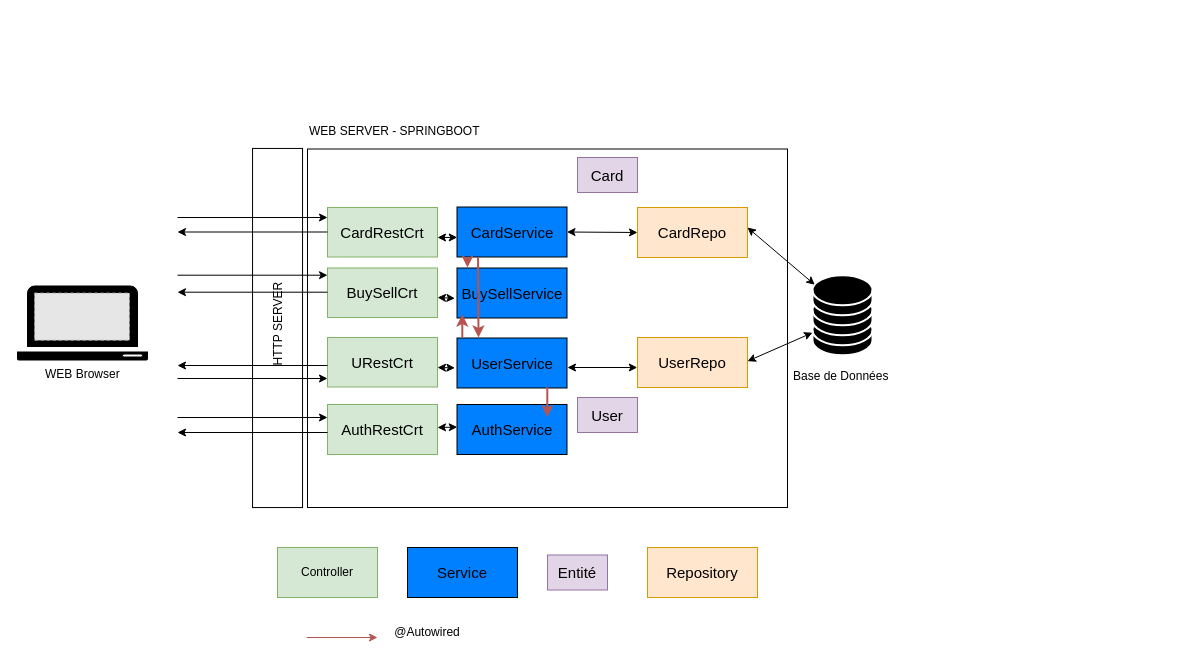
This is Microservice.drawio from MaximeCornaton/CPE_ASI, a draw.io file, before an edit. Source tidied: cells renumbered, new cells numbered last; positions are measured from the earlier drawing's top-left corner, leaving out a move shared by most shapes. Both pictures are drawn from the tidied source at 100%, with x=0, y=0 at pixel (17, 117). Pictures stored in the file or linked from it are replaced by grey dashed boxes.
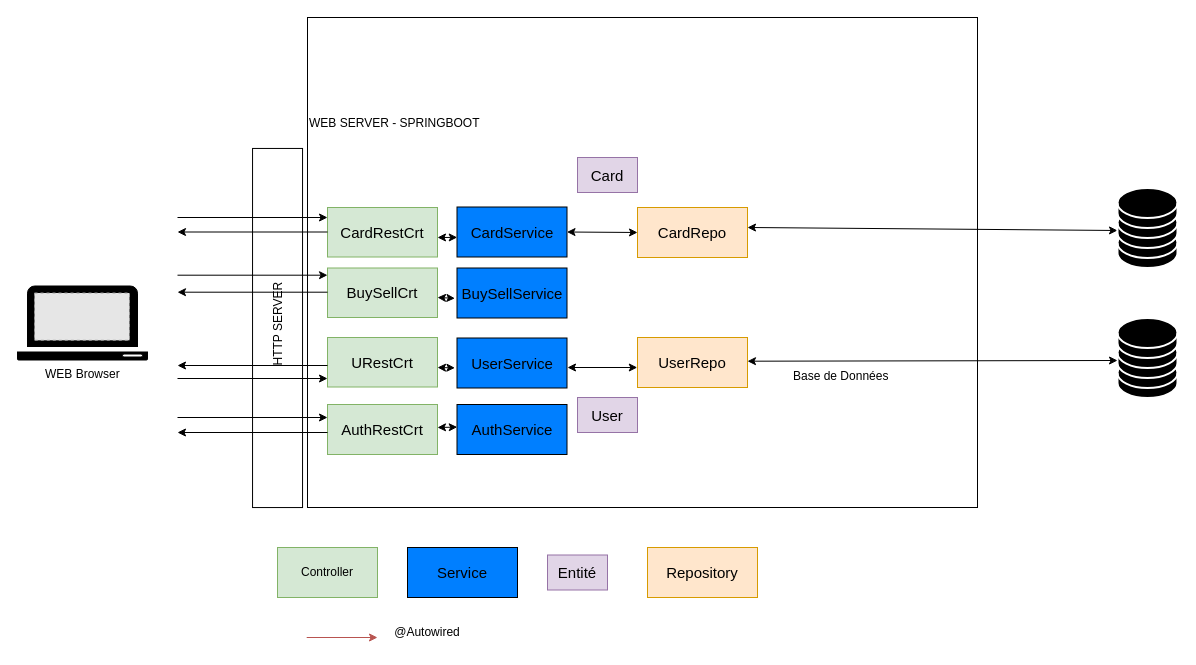
After the change.

The change refers to these unchanged cells:
```xml
<mxCell id="7" style="shape=cylinder3;whiteSpace=wrap;html=1;boundedLbl=1;backgroundOutline=1;size=15;strokeWidth=2;fillColor=#000000;strokeColor=#FFFFFF;" parent="6" vertex="1">
  <mxGeometry y="40" width="60" height="40" as="geometry" />
</mxCell>
<mxCell id="8" style="shape=cylinder3;whiteSpace=wrap;html=1;boundedLbl=1;backgroundOutline=1;size=15;fillColor=#000000;strokeColor=#FFFFFF;strokeWidth=2;" parent="6" vertex="1">
  <mxGeometry y="20" width="60" height="40" as="geometry" />
</mxCell>
<mxCell id="9" style="shape=cylinder3;whiteSpace=wrap;html=1;boundedLbl=1;backgroundOutline=1;size=15;fillStyle=solid;fillColor=#000000;strokeColor=#FFFFFF;strokeWidth=2;" parent="6" vertex="1">
  <mxGeometry width="60" height="40" as="geometry" />
</mxCell>
<mxCell id="23" value="&lt;font style=&quot;font-size: 15px;&quot;&gt;CardService&lt;/font&gt;" style="rounded=0;whiteSpace=wrap;html=1;fillColor=#007FFF;" parent="1" vertex="1">
  <mxGeometry x="439.5" y="89.5" width="110" height="50" as="geometry" />
</mxCell>
```

What changed in the source:
```diff
@@
     <mxCell id="2" style="rounded=0;whiteSpace=wrap;html=1;" parent="1" vertex="1">
-      <mxGeometry x="290" y="31.5" width="480" height="358.5" as="geometry" />
+      <mxGeometry x="290" y="-100" width="670" height="490" as="geometry" />
     </mxCell>
@@
     <mxCell id="5" value="WEB SERVER - SPRINGBOOT" style="text;whiteSpace=wrap;html=1;" parent="1" vertex="1">
-      <mxGeometry x="290" width="200" height="40" as="geometry" />
+      <mxGeometry x="290" y="-8.5" width="200" height="40" as="geometry" />
     </mxCell>
     <mxCell id="6" style="group;" parent="1" vertex="1">
-      <mxGeometry x="795" y="157.7" width="60" height="80" as="geometry" />
+      <mxGeometry x="1100" y="200.5" width="60" height="80" as="geometry" />
     </mxCell>
@@
-    <mxCell id="43" style="endArrow=classic;html=1;rounded=0;fillColor=#f8cecc;strokeColor=#b85450;strokeWidth=2;" parent="1" edge="1">
-      <mxGeometry relative="1" as="geometry">
-        <mxPoint x="450" y="140" as="sourcePoint" />
-        <mxPoint x="450" y="150" as="targetPoint" />
-        <Array as="points">
-          <mxPoint x="450" y="140" />
-        </Array>
-      </mxGeometry>
-    </mxCell>
-    <mxCell id="44" style="endArrow=classic;html=1;rounded=0;fillColor=#f8cecc;strokeColor=#b85450;exitX=0.191;exitY=1.002;exitDx=0;exitDy=0;exitPerimeter=0;strokeWidth=2;" parent="1" edge="1" source="23">
-      <mxGeometry relative="1" as="geometry">
-        <mxPoint x="461" y="220" as="targetPoint" />
-      </mxGeometry>
-    </mxCell>
-    <mxCell id="45" style="endArrow=classic;html=1;rounded=0;entryX=0.095;entryY=0.19;entryDx=0;entryDy=0;entryPerimeter=0;fillColor=#f8cecc;strokeColor=#b85450;strokeWidth=2;" parent="1" edge="1">
-      <mxGeometry relative="1" as="geometry">
-        <mxPoint x="444.8" y="220" as="sourcePoint" />
-        <mxPoint x="444.8" y="197" as="targetPoint" />
-      </mxGeometry>
-    </mxCell>
-    <mxCell id="46" style="endArrow=classic;html=1;rounded=0;entryX=0.095;entryY=0.19;entryDx=0;entryDy=0;entryPerimeter=0;fillColor=#f8cecc;strokeColor=#b85450;strokeWidth=2;" parent="1" edge="1">
-      <mxGeometry relative="1" as="geometry">
-        <mxPoint x="529.8" y="269.5" as="sourcePoint" />
-        <mxPoint x="529.8" y="299.5" as="targetPoint" />
-      </mxGeometry>
-    </mxCell>
-    <mxCell id="47" style="endArrow=classic;startArrow=classic;html=1;rounded=0;entryX=0.038;entryY=0.239;entryDx=0;entryDy=0;entryPerimeter=0;" parent="1" edge="1" target="9">
+    <mxCell id="47" style="endArrow=classic;startArrow=classic;html=1;rounded=0;entryX=0;entryY=0;entryDx=0;entryDy=22.5;entryPerimeter=0;" parent="1" edge="1" target="57">
       <mxGeometry relative="1" as="geometry">
         <mxPoint x="730" y="110" as="sourcePoint" />
       </mxGeometry>
     </mxCell>
-    <mxCell id="48" style="endArrow=classic;startArrow=classic;html=1;rounded=0;entryX=0;entryY=0;entryDx=0;entryDy=17.5;entryPerimeter=0;" parent="1" edge="1" target="7">
+    <mxCell id="48" style="endArrow=classic;startArrow=classic;html=1;rounded=0;entryX=0;entryY=0;entryDx=0;entryDy=22.5;entryPerimeter=0;" parent="1" edge="1" target="8">
       <mxGeometry relative="1" as="geometry">
         <mxPoint x="730" y="243.7" as="sourcePoint" />
       </mxGeometry>
     </mxCell>
@@
+    <mxCell id="55" style="group;" parent="1" vertex="1">
+      <mxGeometry x="1100" y="70.5" width="60" height="80" as="geometry" />
+    </mxCell>
+    <mxCell id="56" style="shape=cylinder3;whiteSpace=wrap;html=1;boundedLbl=1;backgroundOutline=1;size=15;strokeWidth=2;fillColor=#000000;strokeColor=#FFFFFF;" parent="55" vertex="1">
+      <mxGeometry y="40" width="60" height="40" as="geometry" />
+    </mxCell>
+    <mxCell id="57" style="shape=cylinder3;whiteSpace=wrap;html=1;boundedLbl=1;backgroundOutline=1;size=15;fillColor=#000000;strokeColor=#FFFFFF;strokeWidth=2;" parent="55" vertex="1">
+      <mxGeometry y="20" width="60" height="40" as="geometry" />
+    </mxCell>
+    <mxCell id="58" style="shape=cylinder3;whiteSpace=wrap;html=1;boundedLbl=1;backgroundOutline=1;size=15;fillStyle=solid;fillColor=#000000;strokeColor=#FFFFFF;strokeWidth=2;" parent="55" vertex="1">
+      <mxGeometry width="60" height="40" as="geometry" />
+    </mxCell>
```
